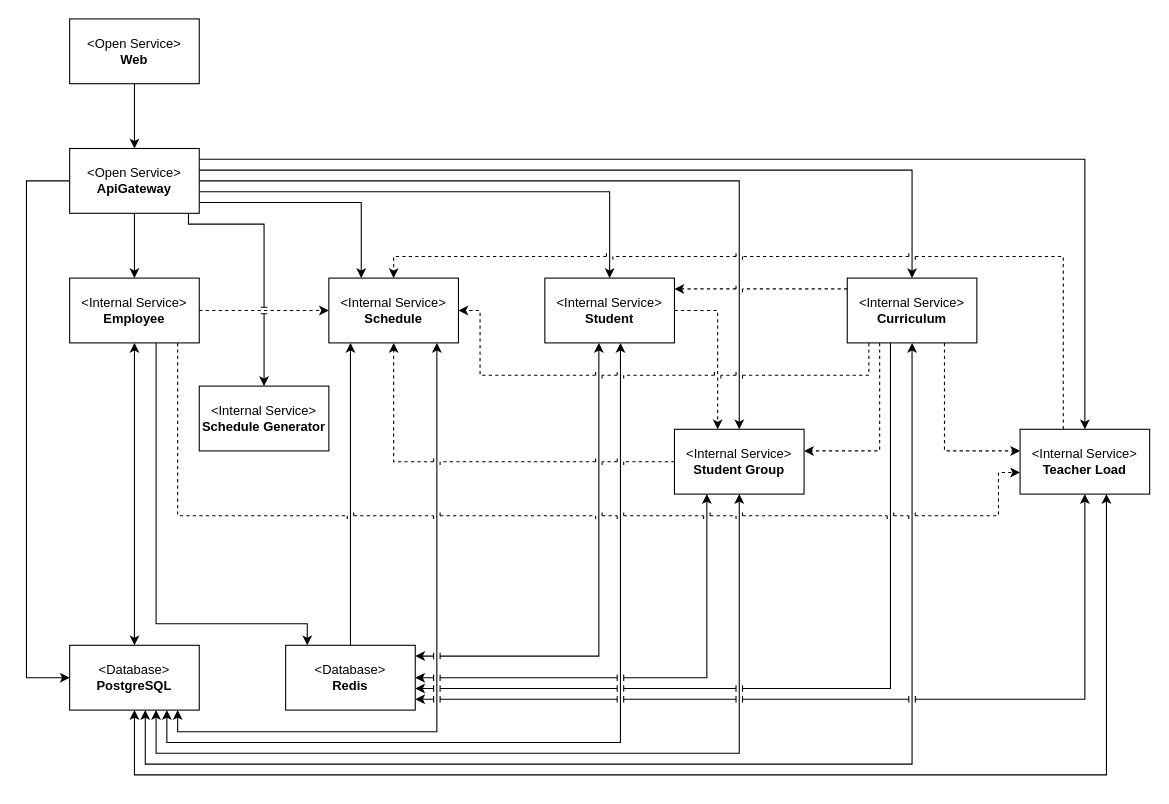
Above: docs/architecture.drawio in IrusHunter/duckademic (draw.io), before the change. Source tidied: cells renumbered, new cells numbered last; positions are measured from the earlier drawing's top-left corner, leaving out a move shared by most shapes. Both pictures are drawn from the tidied source at 108%, with x=0, y=0 at pixel (26, 18).
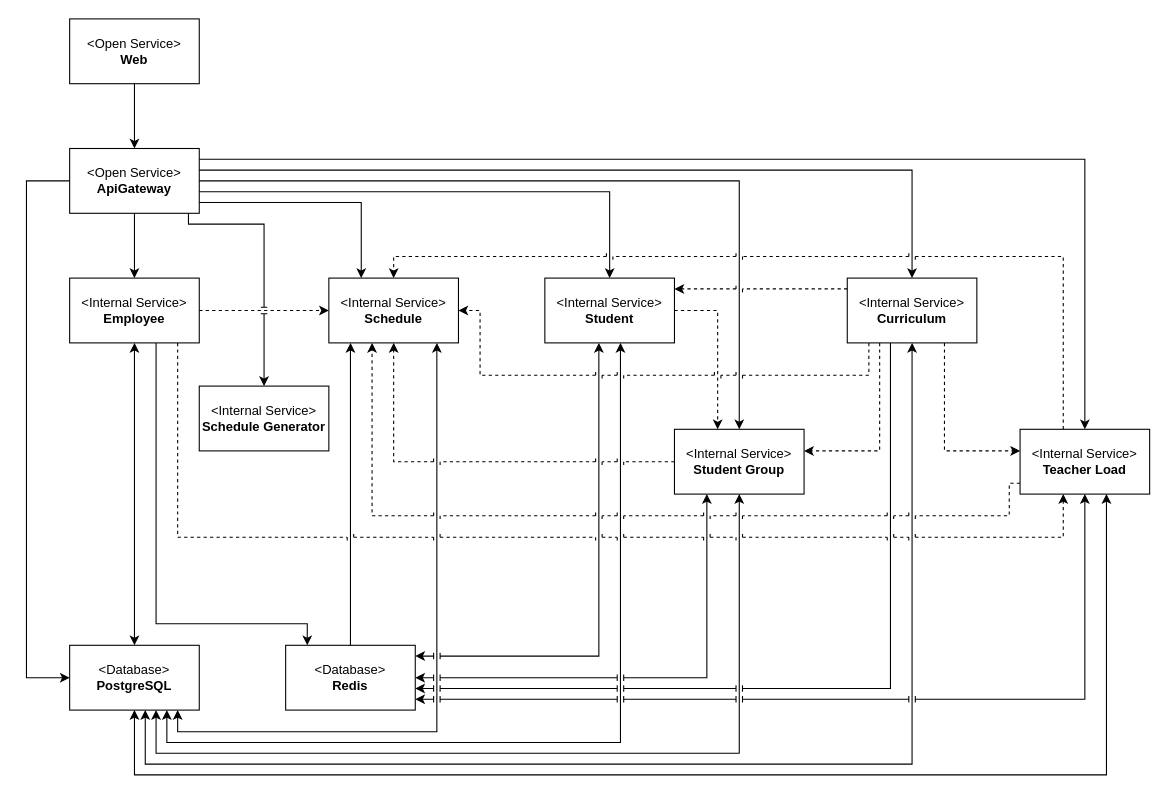
The same diagram, later.

Unchanged cells that the change refers to:
```xml
<mxCell id="9" value="&amp;lt;Internal Service&amp;gt;&lt;div&gt;&lt;b&gt;Employee&lt;/b&gt;&lt;/div&gt;" style="html=1;whiteSpace=wrap;" parent="1" vertex="1">
  <mxGeometry x="40" y="240" width="120" height="60" as="geometry" />
</mxCell>
<mxCell id="11" value="&amp;lt;Internal Service&amp;gt;&lt;div&gt;&lt;b&gt;Schedule&lt;/b&gt;&lt;/div&gt;" style="html=1;whiteSpace=wrap;" parent="1" vertex="1">
  <mxGeometry x="280" y="240" width="120" height="60" as="geometry" />
</mxCell>
<mxCell id="35" value="&amp;lt;Internal Service&amp;gt;&lt;div&gt;&lt;b&gt;Teacher Load&lt;/b&gt;&lt;/div&gt;" style="html=1;whiteSpace=wrap;" parent="1" vertex="1">
  <mxGeometry x="920" y="380" width="120" height="60" as="geometry" />
</mxCell>
```

Change to the diagram source:
```diff
@@
     <mxCell id="36" style="edgeStyle=orthogonalEdgeStyle;html=1;rounded=0;curved=0;dashed=1;jumpStyle=line;" parent="1" edge="1" source="9" target="35">
       <mxGeometry relative="1" as="geometry">
         <Array as="points">
-          <mxPoint x="140" y="460" />
-          <mxPoint x="900" y="460" />
-          <mxPoint x="900" y="420" />
+          <mxPoint x="140" y="480" />
+          <mxPoint x="960" y="480" />
         </Array>
       </mxGeometry>
     </mxCell>
@@
+    <mxCell id="44" style="edgeStyle=orthogonalEdgeStyle;html=1;rounded=0;curved=0;dashed=1;jumpStyle=line;" parent="1" edge="1" source="35" target="11">
+      <mxGeometry relative="1" as="geometry">
+        <Array as="points">
+          <mxPoint x="910" y="430" />
+          <mxPoint x="910" y="460" />
+          <mxPoint x="320" y="460" />
+        </Array>
+      </mxGeometry>
+    </mxCell>
```
